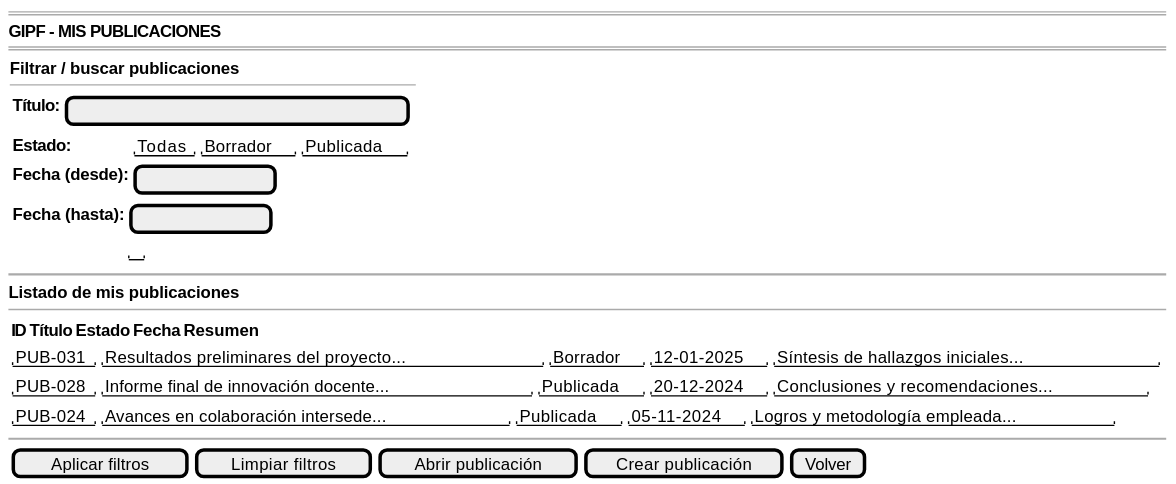
This is documents/casosDeUso/detalle/coordinador/08-mis-publicaciones/abrirMisPublicaciones/prototipo/abrirMisPublicaciones-wireframe.svg from 31Diego/25-26-IdSw1-SdR, a PlantUML export, as it was before one commit. Source of this version:
```plantuml
@startsalt abrirMisPublicaciones-wireframe
{
    ====
    <b>GIPF - MIS PUBLICACIONES</b>
    ====
    {
        <b>Filtrar / buscar publicaciones</b>
        --
        {
            {
            <b>Título:</b> | [                              ]}

            {<b>Estado:</b> | { "Todas" | "Borrador" | "Publicada" }
            <b>Fecha (desde):</b> | [            ]}

            {<b>Fecha (hasta):</b> | [            ]
            <b> </b> | " " }
            }
        }

        ~~

        <b>Listado de mis publicaciones</b>
        --
        {
            {<b>ID</b> | <b>Título</b> | <b>Estado</b> | <b>Fecha</b> | <b>Resumen</b>}
            {"PUB-031" | "Resultados preliminares del proyecto..." | "Borrador"  | "12-01-2025" | "Síntesis de hallazgos iniciales..."}
            {"PUB-028" | "Informe final de innovación docente..."  | "Publicada" | "20-12-2024" | "Conclusiones y recomendaciones..."}
            {"PUB-024" | "Avances en colaboración intersede..."    | "Publicada" | "05-11-2024" | "Logros y metodología empleada..."}
        }

        ~~

        {[Aplicar filtros] | [Limpiar filtros] | [Abrir publicación] | [Crear publicación] | [Volver]}
    }
}
@endsalt
```
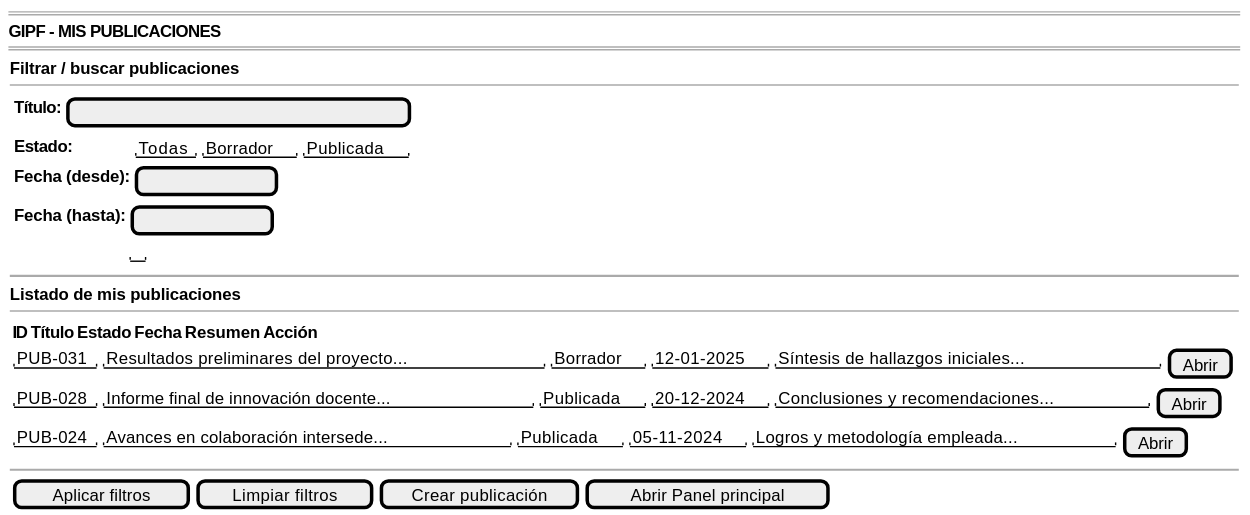
The same diagram one commit later.

Diff of the diagram source:
```diff
@@ -8,7 +8,7 @@
         --
         {
             {
-            <b>Título:</b> | [                              ]}
+            {<b>Título:</b> | [                              ]}
 
             {<b>Estado:</b> | { "Todas" | "Borrador" | "Publicada" }
             <b>Fecha (desde):</b> | [            ]}
@@ -23,15 +23,15 @@
         <b>Listado de mis publicaciones</b>
         --
         {
-            {<b>ID</b> | <b>Título</b> | <b>Estado</b> | <b>Fecha</b> | <b>Resumen</b>}
-            {"PUB-031" | "Resultados preliminares del proyecto..." | "Borrador"  | "12-01-2025" | "Síntesis de hallazgos iniciales..."}
-            {"PUB-028" | "Informe final de innovación docente..."  | "Publicada" | "20-12-2024" | "Conclusiones y recomendaciones..."}
-            {"PUB-024" | "Avances en colaboración intersede..."    | "Publicada" | "05-11-2024" | "Logros y metodología empleada..."}
+            {<b>ID</b> | <b>Título</b> | <b>Estado</b> | <b>Fecha</b> | <b>Resumen</b> | <b>Acción</b>}
+            {"PUB-031" | "Resultados preliminares del proyecto..." | "Borrador"  | "12-01-2025" | "Síntesis de hallazgos iniciales..." | [Abrir]}
+            {"PUB-028" | "Informe final de innovación docente..."  | "Publicada" | "20-12-2024" | "Conclusiones y recomendaciones..."  | [Abrir]}
+            {"PUB-024" | "Avances en colaboración intersede..."    | "Publicada" | "05-11-2024" | "Logros y metodología empleada..."   | [Abrir]}
         }
 
         ~~
 
-        {[Aplicar filtros] | [Limpiar filtros] | [Abrir publicación] | [Crear publicación] | [Volver]}
+        {[Aplicar filtros] | [Limpiar filtros] | [Crear publicación] | [Abrir Panel principal]}
     }
 }
 @endsalt
```
